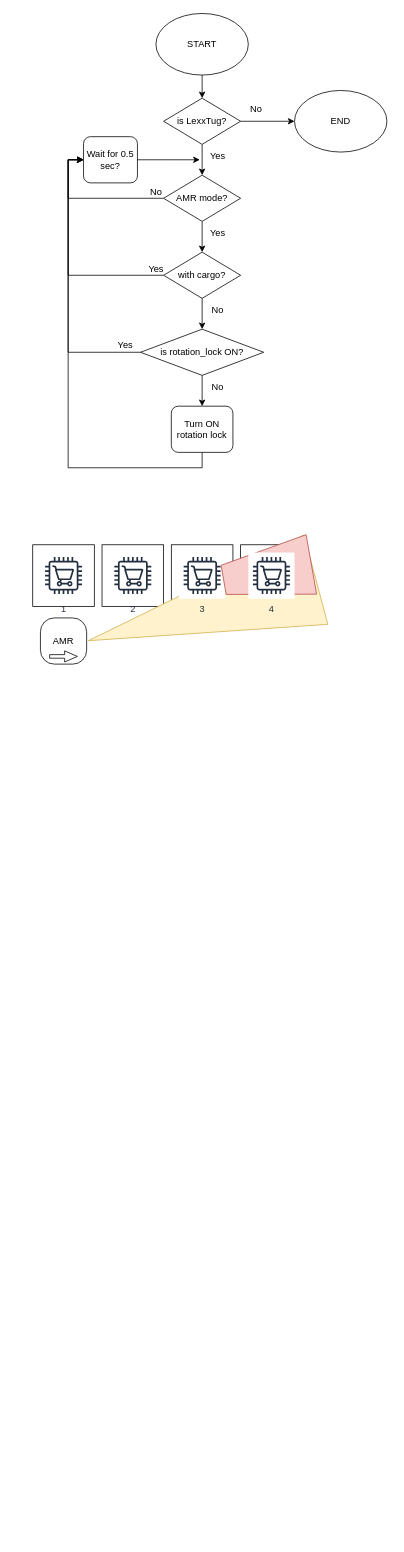
This is ideation.drawio from sdswoops824/myrepo, a draw.io file, before an edit. Source tidied: cells renumbered, new cells numbered last; positions are measured from the earlier drawing's top-left corner, leaving out a move shared by most shapes. Both pictures are drawn from the tidied source at 77%, with x=0, y=0 at pixel (32, 13).
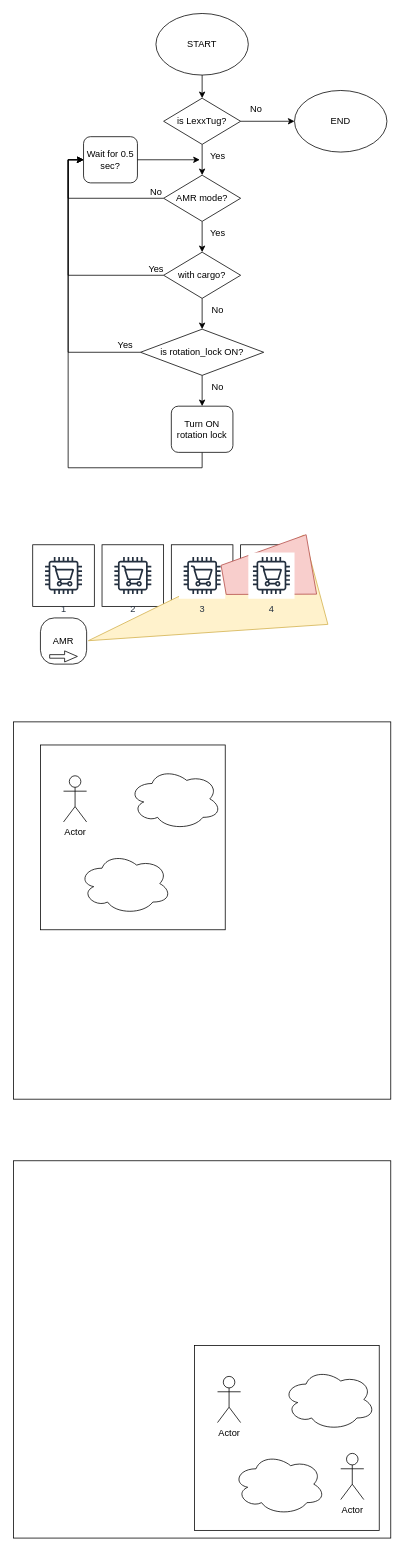
Above is the later version.

Diff of the diagram source:
```diff
@@
+    <mxCell id="41" style="whiteSpace=wrap;html=1;" parent="1" vertex="1">
+      <mxGeometry x="-25" y="920" width="490" height="490" as="geometry" />
+    </mxCell>
+    <mxCell id="42" value="Actor" style="shape=umlActor;verticalLabelPosition=bottom;verticalAlign=top;html=1;" parent="1" vertex="1">
+      <mxGeometry x="40" y="990" width="30" height="60" as="geometry" />
+    </mxCell>
+    <mxCell id="43" style="ellipse;shape=cloud;whiteSpace=wrap;html=1;" parent="1" vertex="1">
+      <mxGeometry x="125" y="980" width="120" height="80" as="geometry" />
+    </mxCell>
+    <mxCell id="44" style="ellipse;shape=cloud;whiteSpace=wrap;html=1;" parent="1" vertex="1">
+      <mxGeometry x="60" y="1090" width="120" height="80" as="geometry" />
+    </mxCell>
+    <mxCell id="45" style="whiteSpace=wrap;html=1;" parent="1" vertex="1">
+      <mxGeometry x="-25" y="1490" width="490" height="490" as="geometry" />
+    </mxCell>
+    <mxCell id="46" value="Actor" style="shape=umlActor;verticalLabelPosition=bottom;verticalAlign=top;html=1;" parent="1" vertex="1">
+      <mxGeometry x="240" y="1770" width="30" height="60" as="geometry" />
+    </mxCell>
+    <mxCell id="47" style="ellipse;shape=cloud;whiteSpace=wrap;html=1;" parent="1" vertex="1">
+      <mxGeometry x="325" y="1760" width="120" height="80" as="geometry" />
+    </mxCell>
+    <mxCell id="48" style="ellipse;shape=cloud;whiteSpace=wrap;html=1;" parent="1" vertex="1">
+      <mxGeometry x="260" y="1870" width="120" height="80" as="geometry" />
+    </mxCell>
+    <mxCell id="49" value="Actor" style="shape=umlActor;verticalLabelPosition=bottom;verticalAlign=top;html=1;" parent="1" vertex="1">
+      <mxGeometry x="400" y="1870" width="30" height="60" as="geometry" />
+    </mxCell>
+    <mxCell id="50" style="whiteSpace=wrap;html=1;fillColor=none;" parent="1" vertex="1">
+      <mxGeometry x="210" y="1730" width="240" height="240" as="geometry" />
+    </mxCell>
+    <mxCell id="51" style="whiteSpace=wrap;html=1;fillColor=none;" parent="1" vertex="1">
+      <mxGeometry x="10" y="950" width="240" height="240" as="geometry" />
+    </mxCell>
```
